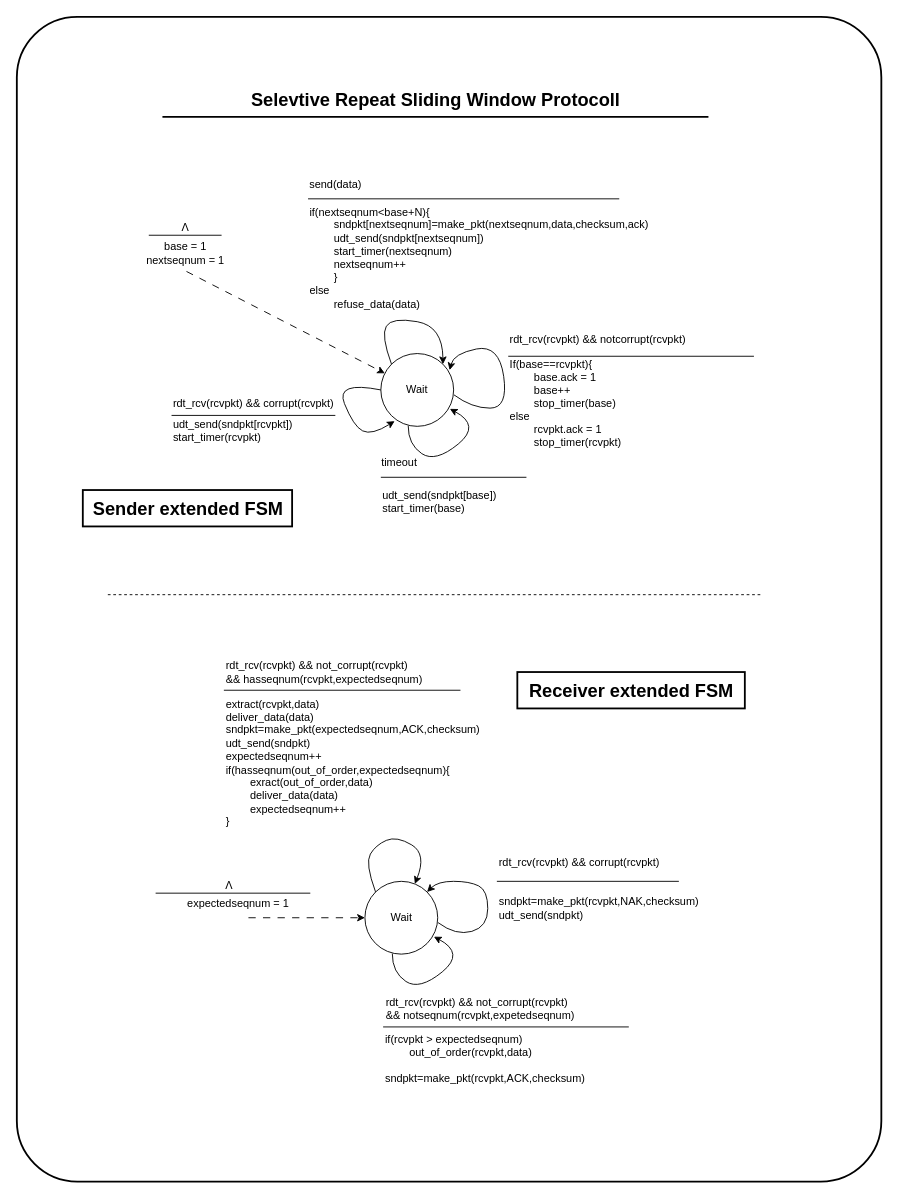
Before: Lab 3/Mechanisms/SlidingWindowMechanism.drawio in Bugmobil/Datakommunikation-DVA218-, a draw.io diagram. Source tidied: cells renumbered, new cells numbered last; positions are measured from the earlier drawing's top-left corner, leaving out a move shared by most shapes. Both pictures are drawn from the tidied source at 91%, with x=0, y=0 at pixel (16, 16).
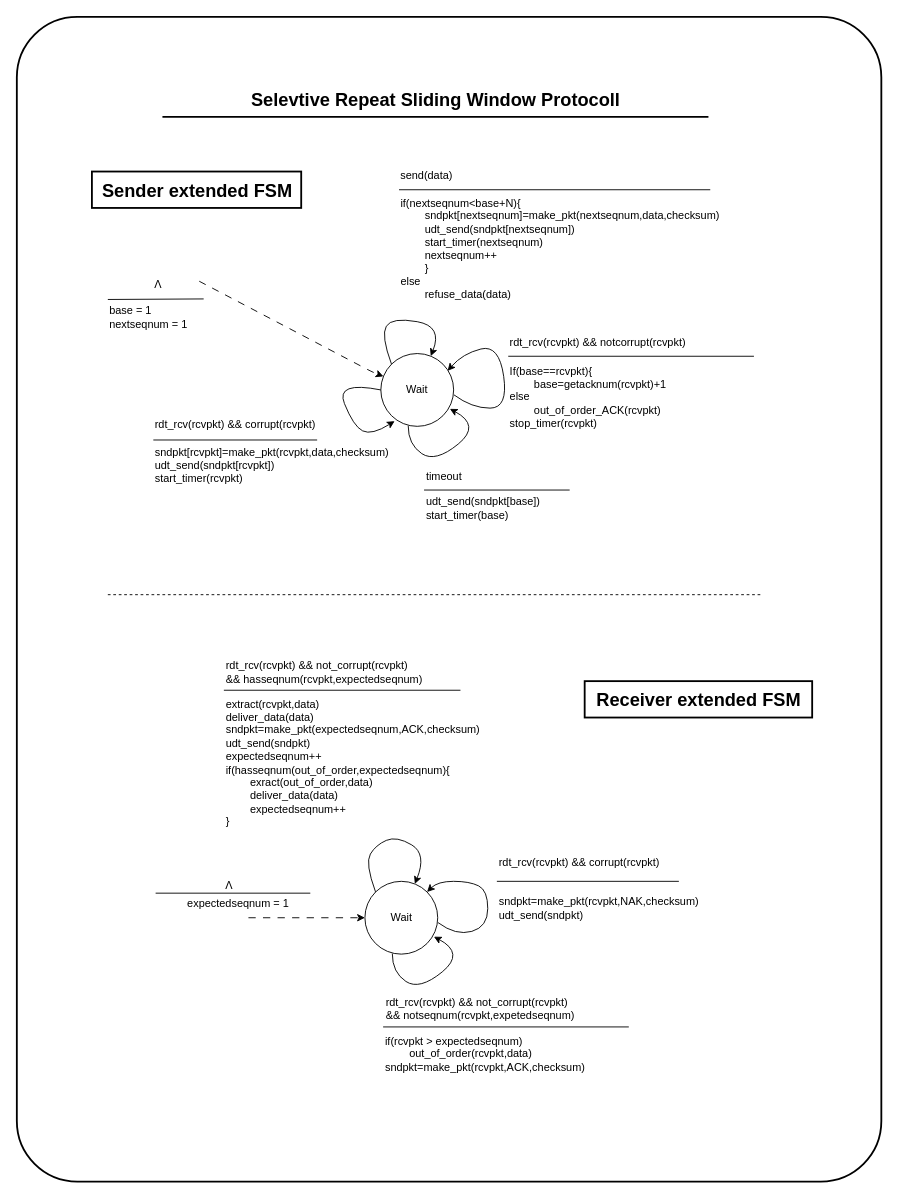
The same diagram, later.

The change refers to these unchanged cells:
```xml
<mxCell id="2" style="rounded=1;whiteSpace=wrap;html=1;strokeColor=default;strokeWidth=2;fontSize=20;fontColor=#1A1A1A;arcSize=7;" parent="1" vertex="1">
  <mxGeometry width="950" height="1280" as="geometry" />
</mxCell>
<mxCell id="9" value="Wait" style="ellipse;whiteSpace=wrap;html=1;labelBackgroundColor=none;" parent="1" vertex="1">
  <mxGeometry x="400" y="370" width="80" height="80" as="geometry" />
</mxCell>
```

The edit, as a diff of the source:
```diff
@@
-    <mxCell id="4" value="base = 1&lt;br&gt;nextseqnum = 1" style="text;html=1;align=center;verticalAlign=middle;points=[];labelBackgroundColor=none;" parent="1" vertex="1">
-      <mxGeometry x="130" y="240" width="110" height="40" as="geometry" />
+    <mxCell id="4" value="base = 1&lt;br&gt;nextseqnum = 1" style="text;html=1;align=left;verticalAlign=middle;points=[];labelBackgroundColor=none;" parent="1" vertex="1">
+      <mxGeometry x="100" y="310" width="110" height="40" as="geometry" />
     </mxCell>
     <mxCell id="5" value="rdt_rcv(rcvpkt) &amp;amp;&amp;amp; notcorrupt(rcvpkt)" style="text;html=1;align=left;verticalAlign=middle;fontSize=12;labelBackgroundColor=none;" parent="1" vertex="1">
-      <mxGeometry x="540" y="340" width="220" height="30" as="geometry" />
+      <mxGeometry x="540" y="343" width="220" height="30" as="geometry" />
     </mxCell>
-    <mxCell id="6" value="If(base==rcvpkt){&lt;br&gt;&lt;span style=&quot;white-space: pre;&quot;&gt;&#9;&lt;/span&gt;base.ack = 1&lt;br&gt;&lt;span style=&quot;white-space: pre;&quot;&gt;&#9;&lt;/span&gt;base++&lt;br&gt; &lt;span style=&quot;white-space: pre;&quot;&gt;&#9;&lt;/span&gt;stop_timer(base)&lt;br&gt;else&lt;br&gt; &lt;span style=&quot;white-space: pre;&quot;&gt;&#9;&lt;/span&gt;rcvpkt.ack = 1&lt;br&gt;&lt;span style=&quot;white-space: pre;&quot;&gt;&#9;&lt;/span&gt;stop_timer(rcvpkt)" style="text;html=1;align=left;verticalAlign=middle;fontSize=12;labelBackgroundColor=none;" parent="1" vertex="1">
-      <mxGeometry x="540" y="370" width="150" height="110" as="geometry" />
+    <mxCell id="6" value="If(base==rcvpkt){&lt;br&gt;&lt;span style=&quot;white-space: pre;&quot;&gt;&#9;&lt;/span&gt;base=getacknum(rcvpkt)+1&lt;br&gt;else&lt;br&gt;&lt;span style=&quot;white-space: pre;&quot;&gt;&#9;&lt;/span&gt;out_of_order_ACK(rcvpkt)&lt;br&gt;stop_timer(rcvpkt)" style="text;html=1;align=left;verticalAlign=middle;fontSize=12;labelBackgroundColor=none;" parent="1" vertex="1">
+      <mxGeometry x="540" y="373" width="200" height="90" as="geometry" />
     </mxCell>
-    <mxCell id="7" value="timeout" style="text;html=1;align=center;verticalAlign=middle;fontSize=12;labelBackgroundColor=none;" parent="1" vertex="1">
-      <mxGeometry x="390" y="475" width="60" height="30" as="geometry" />
+    <mxCell id="7" value="timeout" style="text;html=1;align=left;verticalAlign=middle;fontSize=12;labelBackgroundColor=none;" parent="1" vertex="1">
+      <mxGeometry x="447.5" y="490" width="60" height="30" as="geometry" />
     </mxCell>
     <mxCell id="8" value="udt_send(sndpkt[base])&lt;br&gt;start_timer(base)" style="text;html=1;align=left;verticalAlign=middle;fontSize=12;labelBackgroundColor=none;" parent="1" vertex="1">
-      <mxGeometry x="400" y="513" width="150" height="40" as="geometry" />
+      <mxGeometry x="447.5" y="520" width="150" height="40" as="geometry" />
     </mxCell>
@@
     <mxCell id="10" style="endArrow=none;html=1;labelBackgroundColor=none;" parent="1" edge="1">
       <mxGeometry relative="1" as="geometry">
-        <mxPoint x="320" y="200" as="sourcePoint" />
-        <mxPoint x="662" y="200" as="targetPoint" />
+        <mxPoint x="420" y="190" as="sourcePoint" />
+        <mxPoint x="762" y="190" as="targetPoint" />
       </mxGeometry>
     </mxCell>
-    <mxCell id="11" value="&lt;div&gt;if(nextseqnum&amp;lt;base+N){&lt;/div&gt;&lt;div&gt;&amp;nbsp;&lt;span style=&quot;white-space: pre;&quot;&gt;&#9;&lt;/span&gt;sndpkt[nextseqnum]=make_pkt(nextseqnum,data,checksum,ack)&lt;/div&gt;&lt;div&gt;&amp;nbsp;&lt;span style=&quot;white-space: pre;&quot;&gt;&#9;&lt;/span&gt;udt_send(sndpkt[nextseqnum])&lt;/div&gt;&lt;div&gt;&amp;nbsp;&lt;span style=&quot;white-space: pre;&quot;&gt;&#9;&lt;/span&gt;start_timer(nextseqnum)&lt;/div&gt;&lt;div&gt;&amp;nbsp;&lt;span style=&quot;white-space: pre;&quot;&gt;&#9;&lt;/span&gt;nextseqnum++&lt;/div&gt;&lt;div&gt;&amp;nbsp;&lt;span style=&quot;white-space: pre;&quot;&gt;&#9;&lt;/span&gt;}&lt;/div&gt;&lt;div&gt;else&lt;/div&gt;&lt;div&gt;&amp;nbsp;&lt;span style=&quot;white-space: pre;&quot;&gt;&#9;&lt;/span&gt;refuse_data(data)&lt;/div&gt;" style="text;html=1;align=left;verticalAlign=middle;labelBackgroundColor=none;" parent="1" vertex="1">
-      <mxGeometry x="320" y="200" width="400" height="130" as="geometry" />
+    <mxCell id="11" value="&lt;div&gt;if(nextseqnum&amp;lt;base+N){&lt;/div&gt;&lt;div&gt;&amp;nbsp;&lt;span style=&quot;white-space: pre;&quot;&gt;&#9;&lt;/span&gt;sndpkt[nextseqnum]=make_pkt(nextseqnum,data,checksum)&lt;/div&gt;&lt;div&gt;&amp;nbsp;&lt;span style=&quot;white-space: pre;&quot;&gt;&#9;&lt;/span&gt;udt_send(sndpkt[nextseqnum])&lt;/div&gt;&lt;div&gt;&amp;nbsp;&lt;span style=&quot;white-space: pre;&quot;&gt;&#9;&lt;/span&gt;start_timer(nextseqnum)&lt;/div&gt;&lt;div&gt;&amp;nbsp;&lt;span style=&quot;white-space: pre;&quot;&gt;&#9;&lt;/span&gt;nextseqnum++&lt;/div&gt;&lt;div&gt;&amp;nbsp;&lt;span style=&quot;white-space: pre;&quot;&gt;&#9;&lt;/span&gt;}&lt;/div&gt;&lt;div&gt;else&lt;/div&gt;&lt;div&gt;&amp;nbsp;&lt;span style=&quot;white-space: pre;&quot;&gt;&#9;&lt;/span&gt;refuse_data(data)&lt;/div&gt;" style="text;html=1;align=left;verticalAlign=middle;labelBackgroundColor=none;" parent="1" vertex="1">
+      <mxGeometry x="420" y="190" width="370" height="130" as="geometry" />
     </mxCell>
-    <mxCell id="12" style="curved=1;endArrow=classic;html=1;exitX=0;exitY=0;exitDx=0;exitDy=0;entryX=1;entryY=0;entryDx=0;entryDy=0;labelBackgroundColor=none;" parent="1" edge="1" source="9" target="9">
+    <mxCell id="12" style="curved=1;endArrow=classic;html=1;exitX=0;exitY=0;exitDx=0;exitDy=0;labelBackgroundColor=none;" parent="1" edge="1" source="9" target="9">
       <mxGeometry relative="1" as="geometry">
         <Array as="points">
           <mxPoint x="400" y="350" />
           <mxPoint x="412" y="330" />
           <mxPoint x="468" y="340" />
         </Array>
       </mxGeometry>
     </mxCell>
-    <mxCell id="13" style="endArrow=classic;html=1;exitX=0.513;exitY=0.995;exitDx=0;exitDy=0;exitPerimeter=0;dashed=1;dashPattern=8 8;labelBackgroundColor=none;" parent="1" edge="1" source="4" target="9">
-      <mxGeometry relative="1" as="geometry" />
+    <mxCell id="13" style="endArrow=classic;html=1;exitX=0.211;exitY=0.227;exitDx=0;exitDy=0;exitPerimeter=0;dashed=1;dashPattern=8 8;labelBackgroundColor=none;" parent="1" edge="1" source="2" target="9">
+      <mxGeometry relative="1" as="geometry">
+        <Array as="points">
+          <mxPoint x="390" y="390" />
+        </Array>
+      </mxGeometry>
     </mxCell>
     <mxCell id="14" value="Λ" style="text;html=1;align=center;verticalAlign=middle;labelBackgroundColor=none;" parent="1" vertex="1">
-      <mxGeometry x="170" y="217" width="30" height="30" as="geometry" />
+      <mxGeometry x="140" y="280" width="30" height="30" as="geometry" />
     </mxCell>
-    <mxCell id="15" style="endArrow=none;html=1;strokeWidth=1;labelBackgroundColor=none;" parent="1" edge="1">
-      <mxGeometry relative="1" as="geometry">
-        <mxPoint x="225" y="240" as="sourcePoint" />
-        <mxPoint x="145" y="240" as="targetPoint" />
-      </mxGeometry>
-    </mxCell>
     <mxCell id="16" value="send(data)" style="text;html=1;align=center;verticalAlign=middle;labelBackgroundColor=none;" parent="1" vertex="1">
-      <mxGeometry x="310" y="170" width="80" height="30" as="geometry" />
+      <mxGeometry x="410" y="160" width="80" height="30" as="geometry" />
     </mxCell>
     <mxCell id="17" style="endArrow=none;html=1;strokeWidth=1;fontSize=8;labelBackgroundColor=none;" parent="1" edge="1">
       <mxGeometry relative="1" as="geometry">
-        <mxPoint x="400" y="506" as="sourcePoint" />
-        <mxPoint x="560" y="506" as="targetPoint" />
+        <mxPoint x="447.5" y="520" as="sourcePoint" />
+        <mxPoint x="607.5" y="520" as="targetPoint" />
       </mxGeometry>
     </mxCell>
-    <mxCell id="18" style="curved=1;endArrow=classic;html=1;strokeWidth=1;fontSize=8;exitX=1.005;exitY=0.568;exitDx=0;exitDy=0;entryX=0.945;entryY=0.228;entryDx=0;entryDy=0;entryPerimeter=0;exitPerimeter=0;labelBackgroundColor=none;" parent="1" edge="1" source="9" target="9">
+    <mxCell id="18" style="curved=1;endArrow=classic;html=1;strokeWidth=1;fontSize=8;exitX=1.005;exitY=0.568;exitDx=0;exitDy=0;entryX=0.917;entryY=0.238;entryDx=0;entryDy=0;exitPerimeter=0;labelBackgroundColor=none;entryPerimeter=0;" parent="1" edge="1" source="9" target="9">
       <mxGeometry relative="1" as="geometry">
         <Array as="points">
           <mxPoint x="500" y="430" />
           <mxPoint x="540" y="430" />
           <mxPoint x="530" y="360" />
-          <mxPoint x="480" y="370" />
+          <mxPoint x="490" y="370" />
         </Array>
       </mxGeometry>
     </mxCell>
@@
     <mxCell id="21" value="rdt_rcv(rcvpkt) &amp;amp;&amp;amp; corrupt(rcvpkt)" style="text;html=1;align=left;verticalAlign=middle;fontSize=12;labelBackgroundColor=none;" parent="1" vertex="1">
-      <mxGeometry x="170" y="410" width="200" height="30" as="geometry" />
+      <mxGeometry x="150" y="433" width="200" height="30" as="geometry" />
     </mxCell>
     <mxCell id="22" style="endArrow=none;html=1;strokeWidth=1;fontSize=8;labelBackgroundColor=none;" parent="1" edge="1">
       <mxGeometry relative="1" as="geometry">
-        <mxPoint x="170" y="438" as="sourcePoint" />
-        <mxPoint x="350" y="438" as="targetPoint" />
+        <mxPoint x="150" y="465" as="sourcePoint" />
+        <mxPoint x="330" y="465" as="targetPoint" />
       </mxGeometry>
     </mxCell>
@@
-    <mxCell id="24" value="udt_send(sndpkt[rcvpkt])&lt;br&gt;start_timer(rcvpkt)" style="text;html=1;align=left;verticalAlign=middle;" parent="1" vertex="1">
-      <mxGeometry x="170" y="435" width="150" height="40" as="geometry" />
+    <mxCell id="24" value="sndpkt[rcvpkt]=make_pkt(rcvpkt,data,checksum)&lt;br&gt;udt_send(sndpkt[rcvpkt])&lt;br&gt;start_timer(rcvpkt)" style="text;html=1;align=left;verticalAlign=middle;" parent="1" vertex="1">
+      <mxGeometry x="150" y="463" width="280" height="60" as="geometry" />
     </mxCell>
@@
-    <mxCell id="38" value="if(rcvpkt &amp;gt; expectedseqnum)&lt;br&gt;&lt;span style=&quot;white-space: pre;&quot;&gt;&#9;&lt;/span&gt;out_of_order(rcvpkt,data)&lt;br&gt;&lt;br&gt;sndpkt=make_pkt(rcvpkt,ACK,checksum)" style="text;html=1;align=left;verticalAlign=middle;" parent="1" vertex="1">
-      <mxGeometry x="402.5" y="1110" width="240" height="70" as="geometry" />
+    <mxCell id="38" value="if(rcvpkt &amp;gt; expectedseqnum)&lt;br&gt;&lt;span style=&quot;white-space: pre;&quot;&gt;&#9;&lt;/span&gt;out_of_order(rcvpkt,data)&lt;br&gt;sndpkt=make_pkt(rcvpkt,ACK,checksum)" style="text;html=1;align=left;verticalAlign=middle;" parent="1" vertex="1">
+      <mxGeometry x="402.5" y="1110" width="240" height="60" as="geometry" />
     </mxCell>
@@
     <mxCell id="41" value="Receiver extended FSM" style="text;html=1;align=center;verticalAlign=middle;fontSize=20;fontStyle=1;perimeterSpacing=0;strokeWidth=2;strokeColor=default;" parent="1" vertex="1">
-      <mxGeometry x="550" y="720" width="250" height="40" as="geometry" />
+      <mxGeometry x="624" y="730" width="250" height="40" as="geometry" />
     </mxCell>
@@
     <mxCell id="44" value="Sender extended FSM" style="text;html=1;align=center;verticalAlign=middle;fontSize=20;fontStyle=1;perimeterSpacing=0;strokeWidth=2;strokeColor=default;" parent="1" vertex="1">
-      <mxGeometry x="72.5" y="520" width="230" height="40" as="geometry" />
+      <mxGeometry x="82.5" y="170" width="230" height="40" as="geometry" />
     </mxCell>
@@
+    <mxCell id="46" style="endArrow=none;html=1;strokeWidth=1;labelBackgroundColor=none;entryX=0.126;entryY=0.188;entryDx=0;entryDy=0;entryPerimeter=0;" parent="1" edge="1">
+      <mxGeometry relative="1" as="geometry">
+        <mxPoint x="205.3" y="310" as="sourcePoint" />
+        <mxPoint x="100" y="310.6" as="targetPoint" />
+      </mxGeometry>
+    </mxCell>
```
